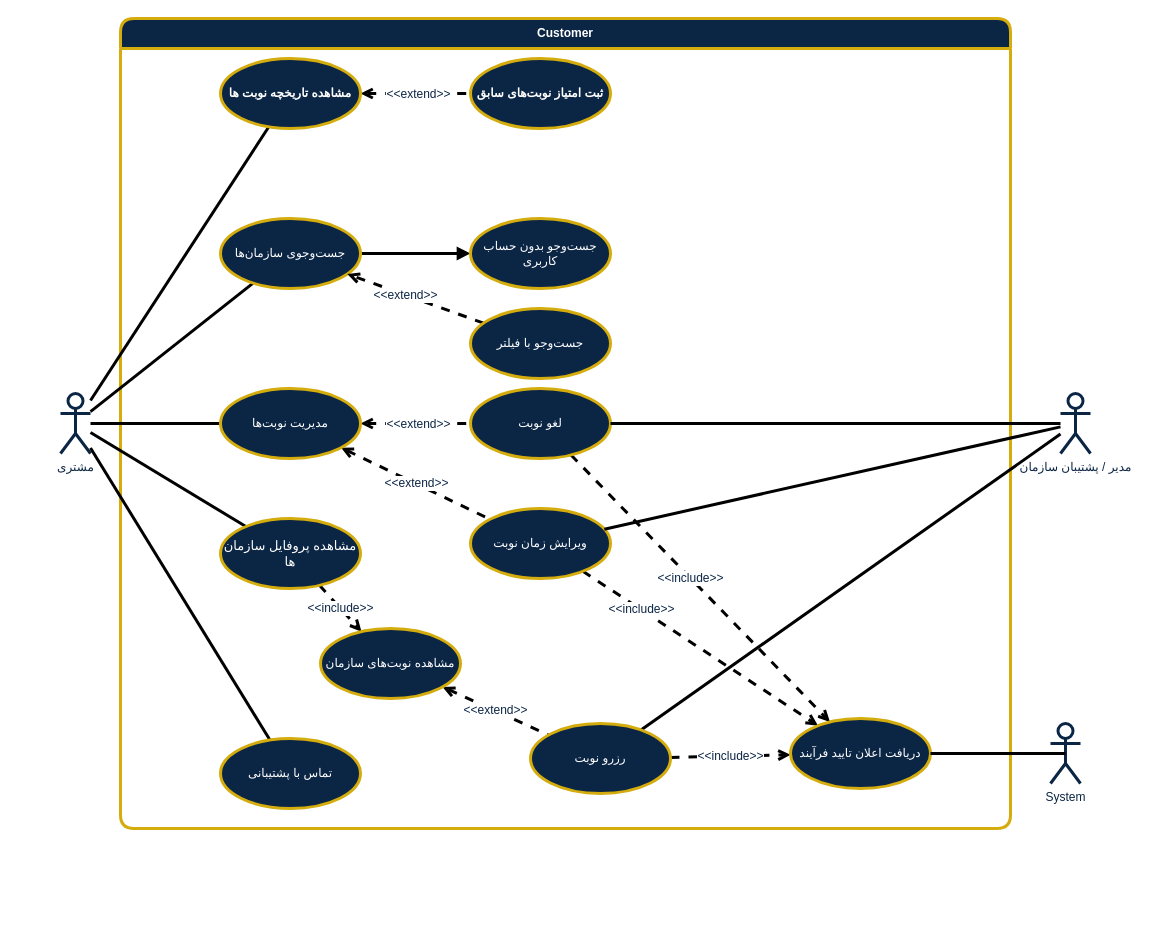
Earlier version of the draw.io diagram page "Main" (1 of 2) of Documentation/Analysis/Modeling/Functional Models/Customer/customer use case diagram.drawio (TnT74K/Project-SAD). Source tidied: cells renumbered, new cells numbered last; positions are measured from the earlier drawing's top-left corner, leaving out a move shared by most shapes. Both pictures are drawn from the tidied source at 100%, with x=0, y=0 at pixel (60, 18).
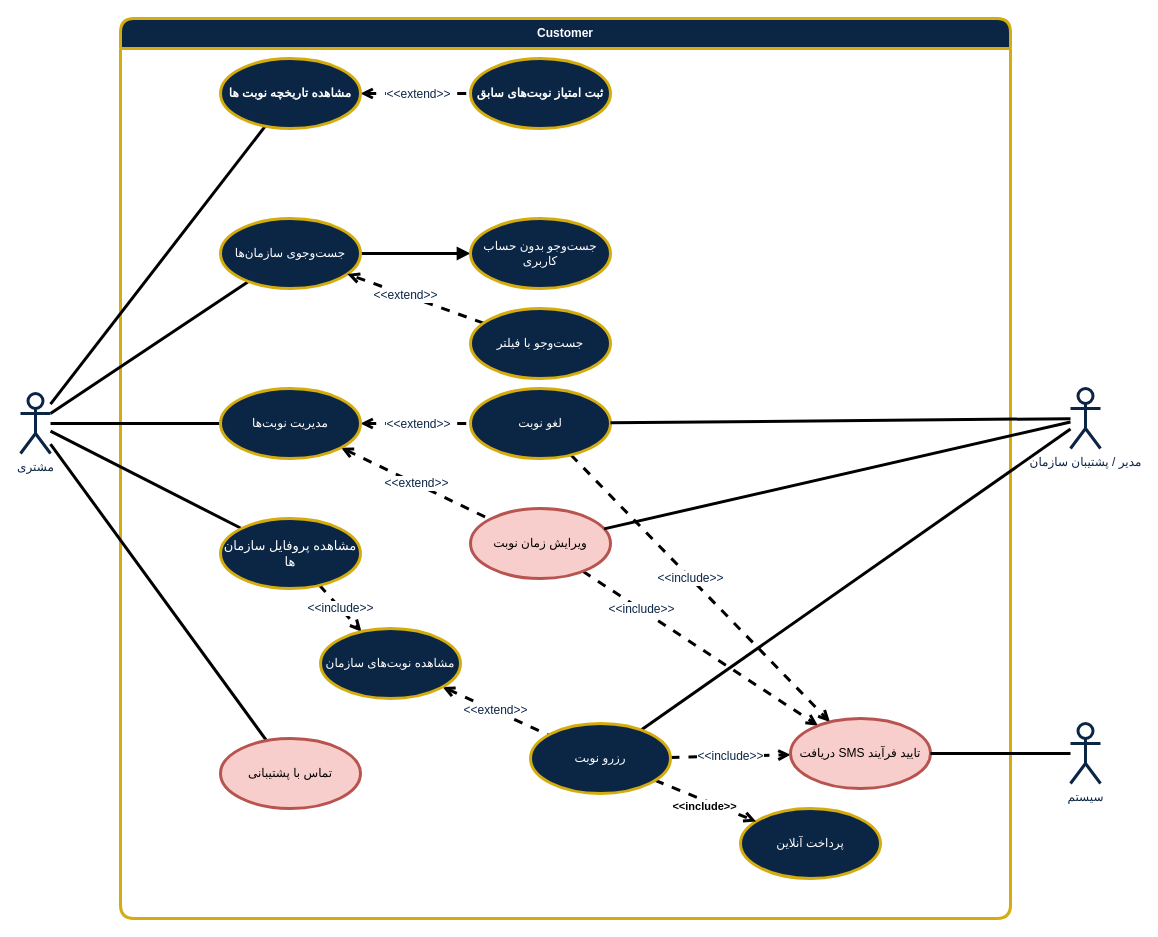
After the change.

The change refers to these unchanged cells:
```xml
<mxCell id="35" value="رزرو نوبت" style="ellipse;whiteSpace=wrap;html=1;fontFamily=zain;fontSize=12;strokeColor=light-dark(#D4AC0D,#D4AC0D);strokeWidth=3;align=center;verticalAlign=middle;fontColor=light-dark(#FFFFFF,#FFFFFF);fillColor=light-dark(#0B2545,#0B2545);fontStyle=0;labelBackgroundColor=none;" parent="1" vertex="1">
  <mxGeometry x="470" y="705" width="140" height="70" as="geometry" />
</mxCell>
```

The edit, as a diff of the source:
```diff
@@
     <mxCell id="2" value="Customer" style="swimlane;whiteSpace=wrap;html=1;strokeColor=light-dark(#D4AC0D,#D4AC0D);strokeWidth=3;align=center;verticalAlign=middle;fontFamily=zain;fontSize=12;fontColor=light-dark(#FFFFFF,#FFFFFF);fontStyle=1;labelBackgroundColor=none;fillColor=light-dark(#0B2545,#0B2545);startSize=30;rounded=1;" parent="1" vertex="1">
-      <mxGeometry x="60" width="890" height="810" as="geometry" />
+      <mxGeometry x="60" width="890" height="900" as="geometry" />
     </mxCell>
+    <mxCell id="44" value="پرداخت آنلاین" style="ellipse;whiteSpace=wrap;html=1;strokeColor=light-dark(#D4AC0D,#D4AC0D);strokeWidth=3;align=center;verticalAlign=middle;fontFamily=zain;fontSize=12;fontColor=light-dark(#FFFFFF,#FFFFFF);fontStyle=0;labelBackgroundColor=none;fillColor=light-dark(#0B2545,#0B2545);" parent="2" vertex="1">
+      <mxGeometry x="620" y="790" width="140" height="70" as="geometry" />
+    </mxCell>
@@
     <mxCell id="8" value="مشتری" style="shape=umlActor;verticalLabelPosition=bottom;verticalAlign=top;html=1;fontFamily=zain;strokeWidth=3;strokeColor=light-dark(#0B2545,#C0D6E8);align=center;fontSize=12;fontColor=light-dark(#0B2545,#C0D6E8);fillColor=default;" parent="1" vertex="1">
-      <mxGeometry y="375" width="30" height="60" as="geometry" />
+      <mxGeometry x="-40" y="375" width="30" height="60" as="geometry" />
     </mxCell>
@@
-    <mxCell id="25" value="ویرایش زمان نوبت" style="ellipse;whiteSpace=wrap;html=1;fontFamily=zain;strokeColor=light-dark(#D4AC0D,#D4AC0D);strokeWidth=3;align=center;verticalAlign=middle;fontSize=12;fontColor=light-dark(#FFFFFF,#FFFFFF);fillColor=light-dark(#0B2545,#0B2545);fontStyle=0;labelBackgroundColor=none;" parent="1" vertex="1">
+    <mxCell id="25" value="ویرایش زمان نوبت" style="ellipse;whiteSpace=wrap;html=1;fontFamily=zain;strokeColor=#b85450;strokeWidth=3;align=center;verticalAlign=middle;fontSize=12;fillColor=#f8cecc;fontStyle=0;labelBackgroundColor=none;" parent="1" vertex="1">
       <mxGeometry x="410" y="490" width="140" height="70" as="geometry" />
     </mxCell>
@@
     <mxCell id="30" value="مدیر / پشتیبان سازمان" style="shape=umlActor;verticalLabelPosition=bottom;verticalAlign=top;html=1;strokeColor=light-dark(#0B2545,#C0D6E8);align=center;fontFamily=zain;fontSize=12;fontColor=light-dark(#0B2545,#C0D6E8);fillColor=default;strokeWidth=3;" parent="1" vertex="1">
-      <mxGeometry x="1000" y="375" width="30" height="60" as="geometry" />
+      <mxGeometry x="1010" y="370" width="30" height="60" as="geometry" />
     </mxCell>
@@
+    <mxCell id="45" style="edgeStyle=none;shape=connector;rounded=0;jettySize=auto;html=1;strokeColor=light-dark(#000000,#FFFFFF);strokeWidth=3;align=center;verticalAlign=middle;fontFamily=zain;fontSize=12;fontColor=light-dark(#0B2545,#C0D6E8);fontStyle=0;labelBackgroundColor=default;endArrow=open;endFill=0;dashed=1;startArrow=none;startFill=0;" parent="1" edge="1" source="35" target="44">
+      <mxGeometry relative="1" as="geometry" />
+    </mxCell>
+    <mxCell id="46" value="&lt;span style=&quot;color: light-dark(rgb(0, 0, 0), rgb(255, 255, 255));&quot;&gt;&amp;lt;&amp;lt;include&amp;gt;&amp;gt;&lt;/span&gt;" style="edgeLabel;html=1;align=center;verticalAlign=middle;fontFamily=zain;fontSize=11;fontColor=light-dark(#FFFFFF,#FFFFFF);fontStyle=1;labelBackgroundColor=default;" parent="45" vertex="1">
+      <mxGeometry x="-0.31" y="1" relative="1" as="geometry">
+        <mxPoint x="13" y="12" as="offset" />
+      </mxGeometry>
+    </mxCell>
@@
-    <mxCell id="36" value="دریافت اعلان تایید فرآیند" style="ellipse;whiteSpace=wrap;html=1;fontFamily=zain;fontSize=12;fontColor=light-dark(#FFFFFF,#FFFFFF);align=center;verticalAlign=middle;strokeColor=light-dark(#D4AC0D,#D4AC0D);strokeWidth=3;fillColor=light-dark(#0B2545,#0B2545);fontStyle=0;labelBackgroundColor=none;" parent="1" vertex="1">
+    <mxCell id="36" value="دریافت SMS تایید فرآیند" style="ellipse;whiteSpace=wrap;html=1;fontFamily=zain;fontSize=12;align=center;verticalAlign=middle;strokeColor=#b85450;strokeWidth=3;fillColor=#f8cecc;fontStyle=0;labelBackgroundColor=none;" parent="1" vertex="1">
       <mxGeometry x="730" y="700" width="140" height="70" as="geometry" />
     </mxCell>
-    <mxCell id="37" value="System" style="shape=umlActor;verticalLabelPosition=bottom;verticalAlign=top;html=1;strokeColor=light-dark(#0B2545,#C0D6E8);align=center;fontFamily=zain;fontSize=12;fontColor=light-dark(#0B2545,#C0D6E8);fillColor=default;strokeWidth=3;" parent="1" vertex="1">
-      <mxGeometry x="990" y="705" width="30" height="60" as="geometry" />
+    <mxCell id="37" value="سیستم" style="shape=umlActor;verticalLabelPosition=bottom;verticalAlign=top;html=1;strokeColor=light-dark(#0B2545,#C0D6E8);align=center;fontFamily=zain;fontSize=12;fontColor=light-dark(#0B2545,#C0D6E8);fillColor=default;strokeWidth=3;" parent="1" vertex="1">
+      <mxGeometry x="1010" y="705" width="30" height="60" as="geometry" />
     </mxCell>
-    <mxCell id="38" value="تماس با پشتیبانی" style="ellipse;whiteSpace=wrap;html=1;fontFamily=zain;fontSize=12;fontColor=light-dark(#FFFFFF,#FFFFFF);align=center;verticalAlign=middle;strokeColor=light-dark(#D4AC0D,#D4AC0D);strokeWidth=3;fillColor=light-dark(#0B2545,#0B2545);fontStyle=0;labelBackgroundColor=none;" parent="1" vertex="1">
+    <mxCell id="38" value="تماس با پشتیبانی" style="ellipse;whiteSpace=wrap;html=1;fontFamily=zain;fontSize=12;align=center;verticalAlign=middle;strokeColor=#b85450;strokeWidth=3;fillColor=#f8cecc;fontStyle=0;labelBackgroundColor=none;" parent="1" vertex="1">
       <mxGeometry x="160" y="720" width="140" height="70" as="geometry" />
     </mxCell>
-    <mxCell id="39" style="shape=connector;rounded=0;jettySize=auto;html=1;entryX=0.5;entryY=0.5;entryDx=0;entryDy=0;entryPerimeter=0;strokeColor=light-dark(#000000,#FFFFFF);align=center;verticalAlign=middle;fontFamily=Helvetica;fontSize=11;fontColor=default;labelBackgroundColor=default;endArrow=none;endFill=0;strokeWidth=3;" parent="1" edge="1" source="36" target="37">
+    <mxCell id="39" style="shape=connector;rounded=0;jettySize=auto;html=1;strokeColor=light-dark(#000000,#FFFFFF);align=center;verticalAlign=middle;fontFamily=Helvetica;fontSize=11;fontColor=default;labelBackgroundColor=default;endArrow=none;endFill=0;strokeWidth=3;" parent="1" edge="1" source="36" target="37">
       <mxGeometry relative="1" as="geometry" />
     </mxCell>
```
